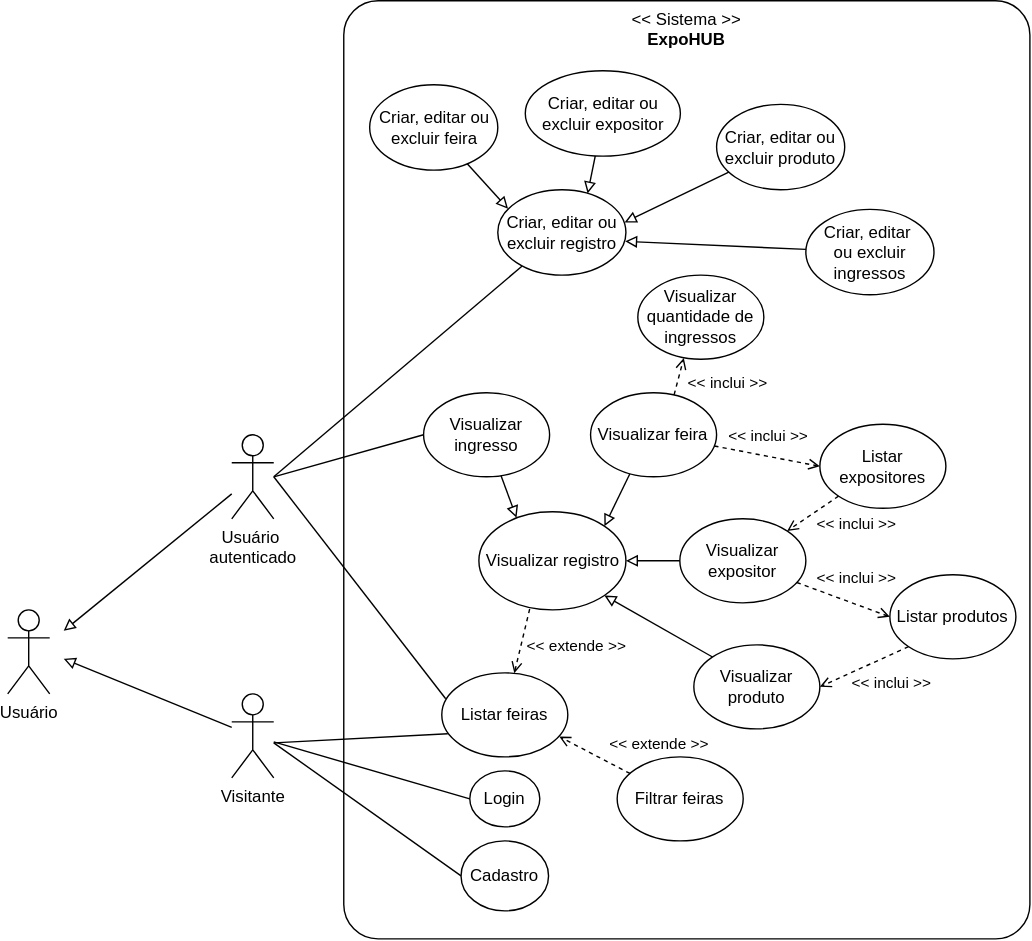
The draw.io diagram docs/images/use_case_diagram.drawio.svg in gscolombo/YandeHUB, before a commit. Source tidied: cells renumbered, new cells last; positions are measured from the earlier drawing's top-left corner, leaving out a move shared by most shapes.
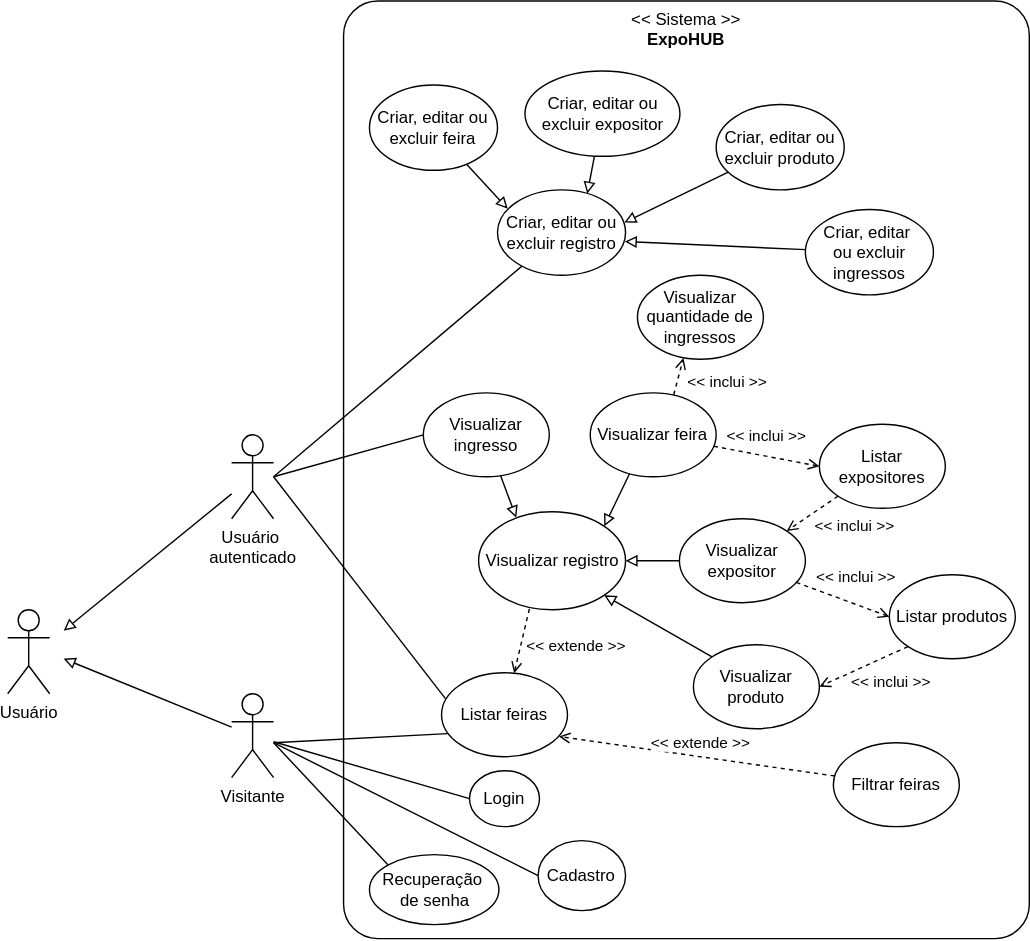
The same diagram one commit later.

Diff of the diagram source:
```diff
@@ -9,7 +9,7 @@
       <mxGeometry x="330" y="550" width="50" height="40" as="geometry" />
     </mxCell>
     <mxCell id="4" value="Cadastro" style="ellipse;whiteSpace=wrap;html=1;" parent="1" vertex="1">
-      <mxGeometry x="323.8" y="600" width="62.5" height="50" as="geometry" />
+      <mxGeometry x="379" y="600" width="62.5" height="50" as="geometry" />
     </mxCell>
     <mxCell id="5" value="Usuário" style="shape=umlActor;verticalLabelPosition=bottom;verticalAlign=top;html=1;" parent="1" vertex="1">
       <mxGeometry y="435" width="30" height="60" as="geometry" />
@@ -27,6 +27,11 @@
         <mxPoint x="40" y="470" as="targetPoint" />
       </mxGeometry>
     </mxCell>
+    <mxCell id="53" style="rounded=0;jettySize=auto;html=1;entryX=0;entryY=0;entryDx=0;entryDy=0;endArrow=none;startFill=0;" parent="1" edge="1" target="54">
+      <mxGeometry relative="1" as="geometry">
+        <mxPoint x="190" y="530" as="sourcePoint" />
+      </mxGeometry>
+    </mxCell>
     <mxCell id="9" value="Visitante" style="shape=umlActor;verticalLabelPosition=bottom;verticalAlign=top;html=1;outlineConnect=0;" parent="1" vertex="1">
       <mxGeometry x="160" y="495" width="30" height="60" as="geometry" />
     </mxCell>
@@ -123,14 +128,14 @@
       <mxGeometry relative="1" as="geometry" />
     </mxCell>
     <mxCell id="36" value="Filtrar feiras" style="ellipse;whiteSpace=wrap;html=1;" parent="1" vertex="1">
-      <mxGeometry x="435.2" y="540" width="90" height="60" as="geometry" />
+      <mxGeometry x="590" y="530" width="90" height="60" as="geometry" />
     </mxCell>
     <mxCell id="37" style="rounded=0;jettySize=auto;html=1;entryX=0.932;entryY=0.759;entryDx=0;entryDy=0;entryPerimeter=0;endArrow=open;endFill=0;dashed=1;" parent="1" edge="1" source="36" target="17">
       <mxGeometry relative="1" as="geometry" />
     </mxCell>
     <mxCell id="38" value="&amp;lt;&amp;lt; extende &amp;gt;&amp;gt;" style="edgeLabel;html=1;align=center;verticalAlign=middle;" parent="37" vertex="1">
       <mxGeometry x="-0.14" y="-1" relative="1" as="geometry">
-        <mxPoint x="41" y="-9" as="offset" />
+        <mxPoint x="-12" y="-11" as="offset" />
       </mxGeometry>
     </mxCell>
     <mxCell id="39" value="Visualizar quantidade de ingressos" style="ellipse;whiteSpace=wrap;html=1;" parent="1" vertex="1">
@@ -183,5 +188,8 @@
         <mxPoint x="33" y="3" as="offset" />
       </mxGeometry>
     </mxCell>
+    <mxCell id="54" value="&lt;div&gt;Recuperação&amp;nbsp;&lt;/div&gt;&lt;div&gt;de senha&lt;/div&gt;" style="ellipse;whiteSpace=wrap;html=1;" parent="1" vertex="1">
+      <mxGeometry x="258.5" y="610" width="92.5" height="50" as="geometry" />
+    </mxCell>
   </root>
 </mxGraphModel>
```
